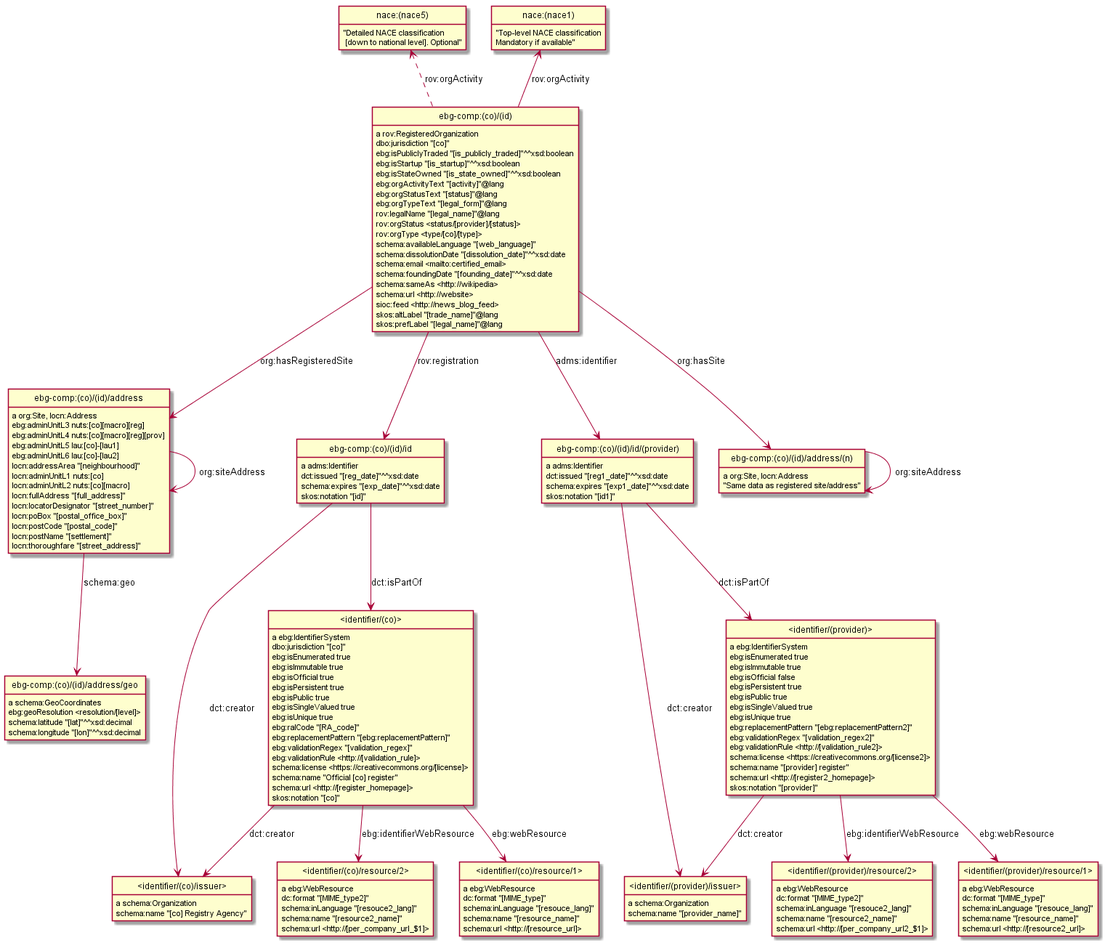
Above: model/images/company.png in euBusinessGraph/eubg-data (PlantUML), before the change.
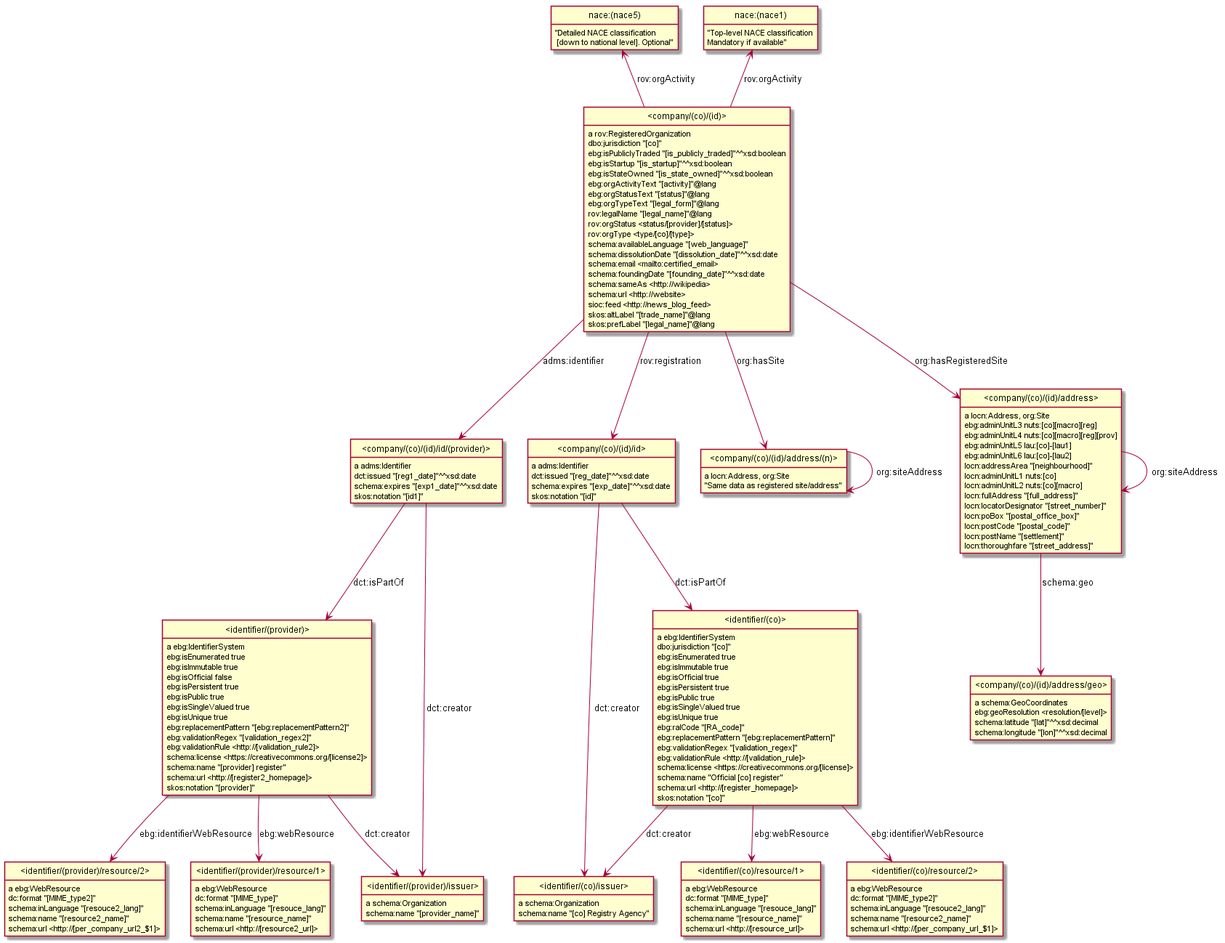
After the commit.

The edit, as a diff of the source:
```diff
@@ -3,68 +3,17 @@
 hide empty attributes
 hide circle
 skinparam classAttributeIconSize 0
-class ebg_comp_co_id_ as "ebg-comp:(co)/(id)"
-ebg_comp_co_id_ : a rov:RegisteredOrganization
-class ebg_comp_co_id_address as "ebg-comp:(co)/(id)/address"
-ebg_comp_co_id_ --> ebg_comp_co_id_address : org:hasRegisteredSite
-class nace_nace1_ as "nace:(nace1)"
-ebg_comp_co_id_ -up-> nace_nace1_ : rov:orgActivity
-class ebg_comp_co_id_id as "ebg-comp:(co)/(id)/id"
-ebg_comp_co_id_ --> ebg_comp_co_id_id : rov:registration
-class ebg_comp_co_id_id_provider_ as "ebg-comp:(co)/(id)/id/(provider)"
-ebg_comp_co_id_ --> ebg_comp_co_id_id_provider_ : adms:identifier
-class ebg_comp_co_id_address_n_ as "ebg-comp:(co)/(id)/address/(n)"
-ebg_comp_co_id_ --> ebg_comp_co_id_address_n_ : org:hasSite
-class nace_nace5_ as "nace:(nace5)"
-ebg_comp_co_id_ .up.> nace_nace5_ : rov:orgActivity
-ebg_comp_co_id_ : dbo:jurisdiction "[co]"
-ebg_comp_co_id_ : ebg:isPubliclyTraded "[is_publicly_traded]"^^xsd:boolean
-ebg_comp_co_id_ : ebg:isStartup "[is_startup]"^^xsd:boolean
-ebg_comp_co_id_ : ebg:isStateOwned "[is_state_owned]"^^xsd:boolean
-ebg_comp_co_id_ : ebg:orgActivityText "[activity]"@lang
-ebg_comp_co_id_ : ebg:orgStatusText "[status]"@lang
-ebg_comp_co_id_ : ebg:orgTypeText "[legal_form]"@lang
-ebg_comp_co_id_ : rov:legalName "[legal_name]"@lang
-ebg_comp_co_id_ : rov:orgStatus <status/[provider]/[status]>
-ebg_comp_co_id_ : rov:orgType <type/[co]/[type]>
-ebg_comp_co_id_ : schema:availableLanguage "[web_language]"
-ebg_comp_co_id_ : schema:dissolutionDate "[dissolution_date]"^^xsd:date
-ebg_comp_co_id_ : schema:email <mailto:certified_email>
-ebg_comp_co_id_ : schema:foundingDate "[founding_date]"^^xsd:date
-ebg_comp_co_id_ : schema:sameAs <http://wikipedia>
-ebg_comp_co_id_ : schema:url <http://website>
-ebg_comp_co_id_ : sioc:feed <http://news_blog_feed>
-ebg_comp_co_id_ : skos:altLabel "[trade_name]"@lang
-ebg_comp_co_id_ : skos:prefLabel "[legal_name]"@lang
-class _identifier_co_resource_2_ as "<identifier/(co)/resource/2>"
-_identifier_co_resource_2_ : a ebg:WebResource
-_identifier_co_resource_2_ : dc:format "[MIME_type2]"
-_identifier_co_resource_2_ : schema:inLanguage "[resouce2_lang]"
-_identifier_co_resource_2_ : schema:name "[resource2_name]"
-_identifier_co_resource_2_ : schema:url <http://[per_company_url_$1]>
-nace_nace5_ :  "Detailed NACE classification\n [down to national level]. Optional"
 class _identifier_provider_issuer_ as "<identifier/(provider)/issuer>"
 _identifier_provider_issuer_ : a schema:Organization
 _identifier_provider_issuer_ : schema:name "[provider_name]"
-class _identifier_provider_resource_2_ as "<identifier/(provider)/resource/2>"
-_identifier_provider_resource_2_ : a ebg:WebResource
-_identifier_provider_resource_2_ : dc:format "[MIME_type2]"
-_identifier_provider_resource_2_ : schema:inLanguage "[resouce2_lang]"
-_identifier_provider_resource_2_ : schema:name "[resource2_name]"
-_identifier_provider_resource_2_ : schema:url <http://[per_company_url2_$1]>
-ebg_comp_co_id_id : a adms:Identifier
+class _identifier_co_ as "<identifier/(co)>"
+_identifier_co_ : a ebg:IdentifierSystem
 class _identifier_co_issuer_ as "<identifier/(co)/issuer>"
-ebg_comp_co_id_id --> _identifier_co_issuer_ : dct:creator
-class _identifier_co_ as "<identifier/(co)>"
-ebg_comp_co_id_id --> _identifier_co_ : dct:isPartOf
-ebg_comp_co_id_id : dct:issued "[reg_date]"^^xsd:date
-ebg_comp_co_id_id : schema:expires "[exp_date]"^^xsd:date
-ebg_comp_co_id_id : skos:notation "[id]"
-_identifier_co_ : a ebg:IdentifierSystem
+_identifier_co_ -down-> _identifier_co_issuer_ : dct:creator
+class _identifier_co_resource_2_ as "<identifier/(co)/resource/2>"
+_identifier_co_ -down-> _identifier_co_resource_2_ : ebg:identifierWebResource
 class _identifier_co_resource_1_ as "<identifier/(co)/resource/1>"
-_identifier_co_ --> _identifier_co_resource_1_ : ebg:webResource
-_identifier_co_ --> _identifier_co_resource_2_ : ebg:identifierWebResource
-_identifier_co_ --> _identifier_co_issuer_ : dct:creator
+_identifier_co_ -down-> _identifier_co_resource_1_ : ebg:webResource
 _identifier_co_ : dbo:jurisdiction "[co]"
 _identifier_co_ : ebg:isEnumerated true
 _identifier_co_ : ebg:isImmutable true
@@ -81,44 +30,100 @@
 _identifier_co_ : schema:name "Official [co] register"
 _identifier_co_ : schema:url <http://[register_homepage]>
 _identifier_co_ : skos:notation "[co]"
-class ebg_comp_co_id_address_geo as "ebg-comp:(co)/(id)/address/geo"
-ebg_comp_co_id_address_geo : a schema:GeoCoordinates
-ebg_comp_co_id_address_geo : ebg:geoResolution <resolution/[level]>
-ebg_comp_co_id_address_geo : schema:latitude "[lat]"^^xsd:decimal
-ebg_comp_co_id_address_geo : schema:longitude "[lon]"^^xsd:decimal
+_identifier_co_issuer_ : a schema:Organization
+_identifier_co_issuer_ : schema:name "[co] Registry Agency"
+class _company_co_id_id_provider_ as "<company/(co)/(id)/id/(provider)>"
+_company_co_id_id_provider_ : a adms:Identifier
+class _identifier_provider_ as "<identifier/(provider)>"
+_company_co_id_id_provider_ -down-> _identifier_provider_ : dct:isPartOf
+_company_co_id_id_provider_ -down-> _identifier_provider_issuer_ : dct:creator
+_company_co_id_id_provider_ : dct:issued "[reg1_date]"^^xsd:date
+_company_co_id_id_provider_ : schema:expires "[exp1_date]"^^xsd:date
+_company_co_id_id_provider_ : skos:notation "[id1]"
+class _company_co_id_id_ as "<company/(co)/(id)/id>"
+_company_co_id_id_ : a adms:Identifier
+_company_co_id_id_ -down-> _identifier_co_issuer_ : dct:creator
+_company_co_id_id_ -down-> _identifier_co_ : dct:isPartOf
+_company_co_id_id_ : dct:issued "[reg_date]"^^xsd:date
+_company_co_id_id_ : schema:expires "[exp_date]"^^xsd:date
+_company_co_id_id_ : skos:notation "[id]"
+class _company_co_id_address_n_ as "<company/(co)/(id)/address/(n)>"
+_company_co_id_address_n_ : a locn:Address, org:Site
+_company_co_id_address_n_ -down-> _company_co_id_address_n_ : org:siteAddress
+_company_co_id_address_n_ :  "Same data as registered site/address"
+class _company_co_id_address_geo_ as "<company/(co)/(id)/address/geo>"
+_company_co_id_address_geo_ : a schema:GeoCoordinates
+_company_co_id_address_geo_ : ebg:geoResolution <resolution/[level]>
+_company_co_id_address_geo_ : schema:latitude "[lat]"^^xsd:decimal
+_company_co_id_address_geo_ : schema:longitude "[lon]"^^xsd:decimal
+class _company_co_id_address_ as "<company/(co)/(id)/address>"
+_company_co_id_address_ : a locn:Address, org:Site
+_company_co_id_address_ -down-> _company_co_id_address_geo_ : schema:geo
+_company_co_id_address_ -down-> _company_co_id_address_ : org:siteAddress
+_company_co_id_address_ : ebg:adminUnitL3 nuts:[co][macro][reg]
+_company_co_id_address_ : ebg:adminUnitL4 nuts:[co][macro][reg][prov]
+_company_co_id_address_ : ebg:adminUnitL5 lau:[co]-[lau1]
+_company_co_id_address_ : ebg:adminUnitL6 lau:[co]-[lau2]
+_company_co_id_address_ : locn:addressArea "[neighbourhood]"
+_company_co_id_address_ : locn:adminUnitL1 nuts:[co]
+_company_co_id_address_ : locn:adminUnitL2 nuts:[co][macro]
+_company_co_id_address_ : locn:fullAddress "[full_address]"
+_company_co_id_address_ : locn:locatorDesignator "[street_number]"
+_company_co_id_address_ : locn:poBox "[postal_office_box]"
+_company_co_id_address_ : locn:postCode "[postal_code]"
+_company_co_id_address_ : locn:postName "[settlement]"
+_company_co_id_address_ : locn:thoroughfare "[street_address]"
+class _identifier_provider_resource_2_ as "<identifier/(provider)/resource/2>"
+_identifier_provider_resource_2_ : a ebg:WebResource
+_identifier_provider_resource_2_ : dc:format "[MIME_type2]"
+_identifier_provider_resource_2_ : schema:inLanguage "[resouce2_lang]"
+_identifier_provider_resource_2_ : schema:name "[resource2_name]"
+_identifier_provider_resource_2_ : schema:url <http://[per_company_url2_$1]>
+_identifier_co_resource_1_ : a ebg:WebResource
+_identifier_co_resource_1_ : dc:format "[MIME_type]"
+_identifier_co_resource_1_ : schema:inLanguage "[resouce_lang]"
+_identifier_co_resource_1_ : schema:name "[resource_name]"
+_identifier_co_resource_1_ : schema:url <http://[resource_url]>
+_identifier_co_resource_2_ : a ebg:WebResource
+_identifier_co_resource_2_ : dc:format "[MIME_type2]"
+_identifier_co_resource_2_ : schema:inLanguage "[resouce2_lang]"
+_identifier_co_resource_2_ : schema:name "[resource2_name]"
+_identifier_co_resource_2_ : schema:url <http://[per_company_url_$1]>
+class nace_nace1_ as "nace:(nace1)"
+nace_nace1_ :  "Top-level NACE classification\nMandatory if available"
+class _company_co_id_ as "<company/(co)/(id)>"
+_company_co_id_ : a rov:RegisteredOrganization
+_company_co_id_ -down-> _company_co_id_address_n_ : org:hasSite
+_company_co_id_ -up-> nace_nace1_ : rov:orgActivity
+_company_co_id_ -down-> _company_co_id_address_ : org:hasRegisteredSite
+class nace_nace5_ as "nace:(nace5)"
+_company_co_id_ -up-> nace_nace5_ : rov:orgActivity
+_company_co_id_ -down-> _company_co_id_id_ : rov:registration
+_company_co_id_ -down-> _company_co_id_id_provider_ : adms:identifier
+_company_co_id_ : dbo:jurisdiction "[co]"
+_company_co_id_ : ebg:isPubliclyTraded "[is_publicly_traded]"^^xsd:boolean
+_company_co_id_ : ebg:isStartup "[is_startup]"^^xsd:boolean
+_company_co_id_ : ebg:isStateOwned "[is_state_owned]"^^xsd:boolean
+_company_co_id_ : ebg:orgActivityText "[activity]"@lang
+_company_co_id_ : ebg:orgStatusText "[status]"@lang
+_company_co_id_ : ebg:orgTypeText "[legal_form]"@lang
+_company_co_id_ : rov:legalName "[legal_name]"@lang
+_company_co_id_ : rov:orgStatus <status/[provider]/[status]>
+_company_co_id_ : rov:orgType <type/[co]/[type]>
+_company_co_id_ : schema:availableLanguage "[web_language]"
+_company_co_id_ : schema:dissolutionDate "[dissolution_date]"^^xsd:date
+_company_co_id_ : schema:email <mailto:certified_email>
+_company_co_id_ : schema:foundingDate "[founding_date]"^^xsd:date
+_company_co_id_ : schema:sameAs <http://wikipedia>
+_company_co_id_ : schema:url <http://website>
+_company_co_id_ : sioc:feed <http://news_blog_feed>
+_company_co_id_ : skos:altLabel "[trade_name]"@lang
+_company_co_id_ : skos:prefLabel "[legal_name]"@lang
+_identifier_provider_ : a ebg:IdentifierSystem
+_identifier_provider_ -down-> _identifier_provider_issuer_ : dct:creator
+_identifier_provider_ -down-> _identifier_provider_resource_2_ : ebg:identifierWebResource
 class _identifier_provider_resource_1_ as "<identifier/(provider)/resource/1>"
-_identifier_provider_resource_1_ : a ebg:WebResource
-_identifier_provider_resource_1_ : dc:format "[MIME_type]"
-_identifier_provider_resource_1_ : schema:inLanguage "[resouce_lang]"
-_identifier_provider_resource_1_ : schema:name "[resource_name]"
-_identifier_provider_resource_1_ : schema:url <http://[resource2_url]>
-ebg_comp_co_id_address : a org:Site, locn:Address
-ebg_comp_co_id_address --> ebg_comp_co_id_address_geo : schema:geo
-ebg_comp_co_id_address --> ebg_comp_co_id_address : org:siteAddress
-ebg_comp_co_id_address : ebg:adminUnitL3 nuts:[co][macro][reg]
-ebg_comp_co_id_address : ebg:adminUnitL4 nuts:[co][macro][reg][prov]
-ebg_comp_co_id_address : ebg:adminUnitL5 lau:[co]-[lau1]
-ebg_comp_co_id_address : ebg:adminUnitL6 lau:[co]-[lau2]
-ebg_comp_co_id_address : locn:addressArea "[neighbourhood]"
-ebg_comp_co_id_address : locn:adminUnitL1 nuts:[co]
-ebg_comp_co_id_address : locn:adminUnitL2 nuts:[co][macro]
-ebg_comp_co_id_address : locn:fullAddress "[full_address]"
-ebg_comp_co_id_address : locn:locatorDesignator "[street_number]"
-ebg_comp_co_id_address : locn:poBox "[postal_office_box]"
-ebg_comp_co_id_address : locn:postCode "[postal_code]"
-ebg_comp_co_id_address : locn:postName "[settlement]"
-ebg_comp_co_id_address : locn:thoroughfare "[street_address]"
-ebg_comp_co_id_id_provider_ : a adms:Identifier
-class _identifier_provider_ as "<identifier/(provider)>"
-ebg_comp_co_id_id_provider_ --> _identifier_provider_ : dct:isPartOf
-ebg_comp_co_id_id_provider_ --> _identifier_provider_issuer_ : dct:creator
-ebg_comp_co_id_id_provider_ : dct:issued "[reg1_date]"^^xsd:date
-ebg_comp_co_id_id_provider_ : schema:expires "[exp1_date]"^^xsd:date
-ebg_comp_co_id_id_provider_ : skos:notation "[id1]"
-_identifier_provider_ : a ebg:IdentifierSystem
-_identifier_provider_ --> _identifier_provider_issuer_ : dct:creator
-_identifier_provider_ --> _identifier_provider_resource_2_ : ebg:identifierWebResource
-_identifier_provider_ --> _identifier_provider_resource_1_ : ebg:webResource
+_identifier_provider_ -down-> _identifier_provider_resource_1_ : ebg:webResource
 _identifier_provider_ : ebg:isEnumerated true
 _identifier_provider_ : ebg:isImmutable true
 _identifier_provider_ : ebg:isOfficial false
@@ -133,15 +138,10 @@
 _identifier_provider_ : schema:name "[provider] register"
 _identifier_provider_ : schema:url <http://[register2_homepage]>
 _identifier_provider_ : skos:notation "[provider]"
-_identifier_co_issuer_ : a schema:Organization
-_identifier_co_issuer_ : schema:name "[co] Registry Agency"
-nace_nace1_ :  "Top-level NACE classification\nMandatory if available"
-ebg_comp_co_id_address_n_ : a org:Site, locn:Address
-ebg_comp_co_id_address_n_ --> ebg_comp_co_id_address_n_ : org:siteAddress
-ebg_comp_co_id_address_n_ :  "Same data as registered site/address"
-_identifier_co_resource_1_ : a ebg:WebResource
-_identifier_co_resource_1_ : dc:format "[MIME_type]"
-_identifier_co_resource_1_ : schema:inLanguage "[resouce_lang]"
-_identifier_co_resource_1_ : schema:name "[resource_name]"
-_identifier_co_resource_1_ : schema:url <http://[resource_url]>
+_identifier_provider_resource_1_ : a ebg:WebResource
+_identifier_provider_resource_1_ : dc:format "[MIME_type]"
+_identifier_provider_resource_1_ : schema:inLanguage "[resouce_lang]"
+_identifier_provider_resource_1_ : schema:name "[resource_name]"
+_identifier_provider_resource_1_ : schema:url <http://[resource2_url]>
+nace_nace5_ :  "Detailed NACE classification\n [down to national level]. Optional"
 @enduml
```
